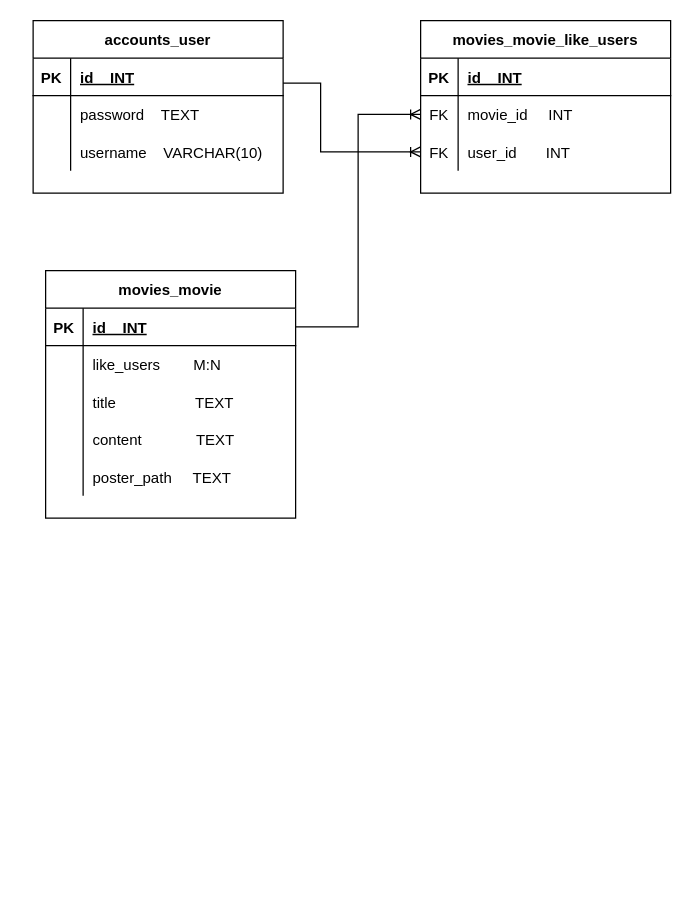
The draw.io diagram 제목 없는 다이어그램.drawio in kjskjs356/project_health, before the edit. Source tidied: cells renumbered, new cells numbered last; positions are measured from the earlier drawing's top-left corner, leaving out a move shared by most shapes. Both pictures are drawn from the tidied source at 125%, with x=0, y=0 at pixel (32, 20).
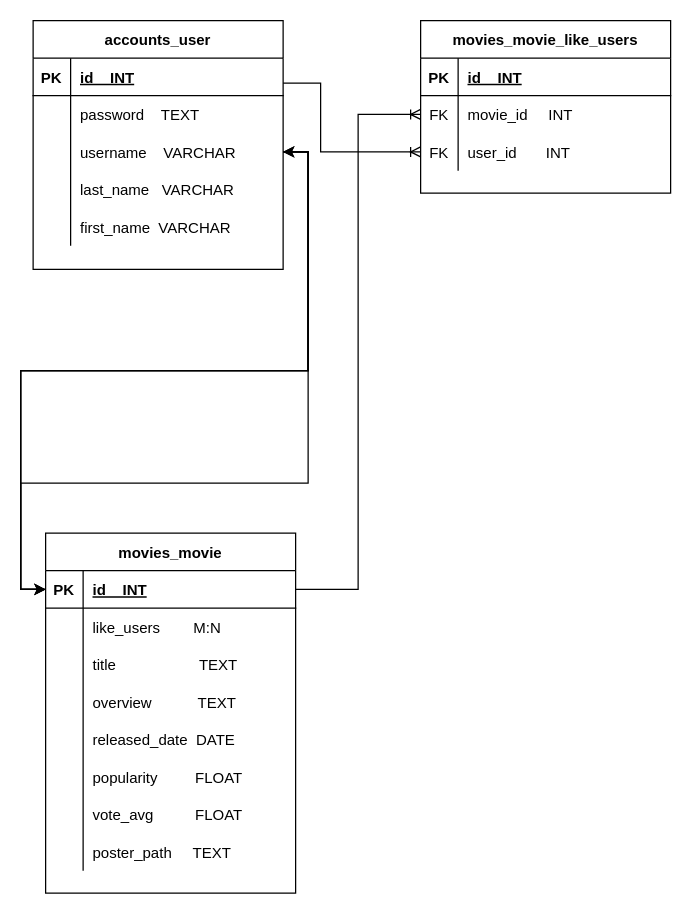
The same diagram, later.

Commit message:
제목 없는 다이어그램.drawio 업데이트

The change refers to these unchanged cells:
```xml
<mxCell id="9" style="shape=partialRectangle;fillColor=none;points=[[0,0.5],[1,0.5]];portConstraint=eastwest;top=0;left=0;right=0;bottom=0;" parent="2" vertex="1">
  <mxGeometry y="90" width="200" height="30" as="geometry" />
</mxCell>
<mxCell id="13" style="shape=partialRectangle;fillColor=none;points=[[0,0.5],[1,0.5]];portConstraint=eastwest;top=0;left=0;right=0;bottom=1;" parent="12" vertex="1">
  <mxGeometry y="30" width="200" height="30" as="geometry" />
</mxCell>
<mxCell id="19" style="shape=partialRectangle;fillColor=none;top=0;left=0;right=0;bottom=0;" parent="12" vertex="1">
  <mxGeometry y="90" width="200" height="30" as="geometry" />
</mxCell>
<mxCell id="22" style="shape=partialRectangle;fillColor=none;top=0;left=0;right=0;bottom=0;" parent="12" vertex="1">
  <mxGeometry y="120" width="200" height="30" as="geometry" />
</mxCell>
<mxCell id="25" style="shape=partialRectangle;fillColor=none;top=0;left=0;right=0;bottom=0;" parent="12" vertex="1">
  <mxGeometry y="150" width="200" height="30" as="geometry" />
</mxCell>
```

Diff of the diagram source:
```diff
@@
     <mxCell id="2" value="accounts_user" style="shape=table;startSize=30;childLayout=tableLayout;rowLines=0;fontStyle=1;align=center;" parent="1" vertex="1">
-      <mxGeometry width="200" height="138" as="geometry" />
+      <mxGeometry width="200" height="199" as="geometry" />
     </mxCell>
@@
-    <mxCell id="11" value="username    VARCHAR(10)" style="shape=partialRectangle;overflow=hidden;fillColor=none;top=0;left=0;bottom=0;right=0;align=left;spacingLeft=6;" parent="9" vertex="1">
+    <mxCell id="11" value="username    VARCHAR" style="shape=partialRectangle;overflow=hidden;fillColor=none;top=0;left=0;bottom=0;right=0;align=left;spacingLeft=6;" parent="9" vertex="1">
       <mxGeometry x="30" width="170" height="30" as="geometry" />
     </mxCell>
+    <mxCell id="40" style="shape=partialRectangle;fillColor=none;top=0;left=0;right=0;bottom=0;" parent="2" vertex="1">
+      <mxGeometry y="120" width="200" height="30" as="geometry" />
+    </mxCell>
+    <mxCell id="41" style="shape=partialRectangle;overflow=hidden;fillColor=none;top=0;left=0;bottom=0;right=0;" parent="40" vertex="1">
+      <mxGeometry width="30" height="30" as="geometry" />
+    </mxCell>
+    <mxCell id="42" value="last_name   VARCHAR" style="shape=partialRectangle;overflow=hidden;fillColor=none;top=0;left=0;bottom=0;right=0;align=left;spacingLeft=6;" parent="40" vertex="1">
+      <mxGeometry x="30" width="170" height="30" as="geometry" />
+    </mxCell>
+    <mxCell id="43" style="shape=partialRectangle;fillColor=none;top=0;left=0;right=0;bottom=0;" parent="2" vertex="1">
+      <mxGeometry y="150" width="200" height="30" as="geometry" />
+    </mxCell>
+    <mxCell id="44" style="shape=partialRectangle;overflow=hidden;fillColor=none;top=0;left=0;bottom=0;right=0;" parent="43" vertex="1">
+      <mxGeometry width="30" height="30" as="geometry" />
+    </mxCell>
+    <mxCell id="45" value="first_name  VARCHAR" style="shape=partialRectangle;overflow=hidden;fillColor=none;top=0;left=0;bottom=0;right=0;align=left;spacingLeft=6;" parent="43" vertex="1">
+      <mxGeometry x="30" width="170" height="30" as="geometry" />
+    </mxCell>
     <mxCell id="12" value="movies_movie" style="shape=table;startSize=30;childLayout=tableLayout;rowLines=0;fontStyle=1;align=center;" parent="1" vertex="1">
-      <mxGeometry x="10" y="200" width="200" height="198" as="geometry" />
+      <mxGeometry x="10" y="410" width="200" height="288" as="geometry" />
     </mxCell>
@@
-    <mxCell id="21" value="title                   TEXT" style="shape=partialRectangle;overflow=hidden;fillColor=none;top=0;left=0;bottom=0;right=0;align=left;spacingLeft=6;" parent="19" vertex="1">
+    <mxCell id="21" value="title                    TEXT" style="shape=partialRectangle;overflow=hidden;fillColor=none;top=0;left=0;bottom=0;right=0;align=left;spacingLeft=6;" parent="19" vertex="1">
       <mxGeometry x="30" width="170" height="30" as="geometry" />
     </mxCell>
@@
-    <mxCell id="24" value="content             TEXT" style="shape=partialRectangle;overflow=hidden;fillColor=none;top=0;left=0;bottom=0;right=0;align=left;spacingLeft=6;" parent="22" vertex="1">
+    <mxCell id="24" value="overview           TEXT" style="shape=partialRectangle;overflow=hidden;fillColor=none;top=0;left=0;bottom=0;right=0;align=left;spacingLeft=6;" parent="22" vertex="1">
       <mxGeometry x="30" width="170" height="30" as="geometry" />
     </mxCell>
@@
-    <mxCell id="27" value="poster_path     TEXT" style="shape=partialRectangle;overflow=hidden;fillColor=none;top=0;left=0;bottom=0;right=0;align=left;spacingLeft=6;" parent="25" vertex="1">
+    <mxCell id="27" value="released_date  DATE" style="shape=partialRectangle;overflow=hidden;fillColor=none;top=0;left=0;bottom=0;right=0;align=left;spacingLeft=6;" parent="25" vertex="1">
       <mxGeometry x="30" width="170" height="30" as="geometry" />
     </mxCell>
+    <mxCell id="46" style="shape=partialRectangle;fillColor=none;top=0;left=0;right=0;bottom=0;" parent="12" vertex="1">
+      <mxGeometry y="180" width="200" height="30" as="geometry" />
+    </mxCell>
+    <mxCell id="47" style="shape=partialRectangle;overflow=hidden;fillColor=none;top=0;left=0;bottom=0;right=0;" parent="46" vertex="1">
+      <mxGeometry width="30" height="30" as="geometry" />
+    </mxCell>
+    <mxCell id="48" value="popularity         FLOAT" style="shape=partialRectangle;overflow=hidden;fillColor=none;top=0;left=0;bottom=0;right=0;align=left;spacingLeft=6;" parent="46" vertex="1">
+      <mxGeometry x="30" width="170" height="30" as="geometry" />
+    </mxCell>
+    <mxCell id="49" style="shape=partialRectangle;fillColor=none;top=0;left=0;right=0;bottom=0;" parent="12" vertex="1">
+      <mxGeometry y="210" width="200" height="30" as="geometry" />
+    </mxCell>
+    <mxCell id="50" style="shape=partialRectangle;overflow=hidden;fillColor=none;top=0;left=0;bottom=0;right=0;" parent="49" vertex="1">
+      <mxGeometry width="30" height="30" as="geometry" />
+    </mxCell>
+    <mxCell id="51" value="vote_avg          FLOAT" style="shape=partialRectangle;overflow=hidden;fillColor=none;top=0;left=0;bottom=0;right=0;align=left;spacingLeft=6;" parent="49" vertex="1">
+      <mxGeometry x="30" width="170" height="30" as="geometry" />
+    </mxCell>
+    <mxCell id="52" style="shape=partialRectangle;fillColor=none;top=0;left=0;right=0;bottom=0;" parent="12" vertex="1">
+      <mxGeometry y="240" width="200" height="30" as="geometry" />
+    </mxCell>
+    <mxCell id="53" style="shape=partialRectangle;overflow=hidden;fillColor=none;top=0;left=0;bottom=0;right=0;" parent="52" vertex="1">
+      <mxGeometry width="30" height="30" as="geometry" />
+    </mxCell>
+    <mxCell id="54" value="poster_path     TEXT" style="shape=partialRectangle;overflow=hidden;fillColor=none;top=0;left=0;bottom=0;right=0;align=left;spacingLeft=6;" parent="52" vertex="1">
+      <mxGeometry x="30" width="170" height="30" as="geometry" />
+    </mxCell>
@@
+    <mxCell id="55" style="edgeStyle=orthogonalEdgeStyle;rounded=0;jettySize=auto;html=1;" parent="1" edge="1" source="9" target="13">
+      <mxGeometry relative="1" as="geometry" />
+    </mxCell>
+    <mxCell id="56" style="edgeStyle=orthogonalEdgeStyle;rounded=0;jettySize=auto;html=1;" parent="1" edge="1" source="13" target="9">
+      <mxGeometry relative="1" as="geometry" />
+    </mxCell>
+    <mxCell id="57" style="edgeStyle=orthogonalEdgeStyle;rounded=0;jettySize=auto;html=1;" parent="1" edge="1" source="9" target="13">
+      <mxGeometry relative="1" as="geometry" />
+    </mxCell>
+    <mxCell id="58" style="edgeStyle=orthogonalEdgeStyle;rounded=0;jettySize=auto;html=1;" parent="1" edge="1" source="13" target="9">
+      <mxGeometry relative="1" as="geometry" />
+    </mxCell>
+    <mxCell id="59" style="edgeStyle=orthogonalEdgeStyle;rounded=0;jettySize=auto;html=1;" parent="1" edge="1" source="9" target="13">
+      <mxGeometry relative="1" as="geometry">
+        <Array as="points">
+          <mxPoint x="220" y="105" />
+          <mxPoint x="220" y="370" />
+          <mxPoint x="-10" y="370" />
+          <mxPoint x="-10" y="455" />
+        </Array>
+      </mxGeometry>
+    </mxCell>
```
